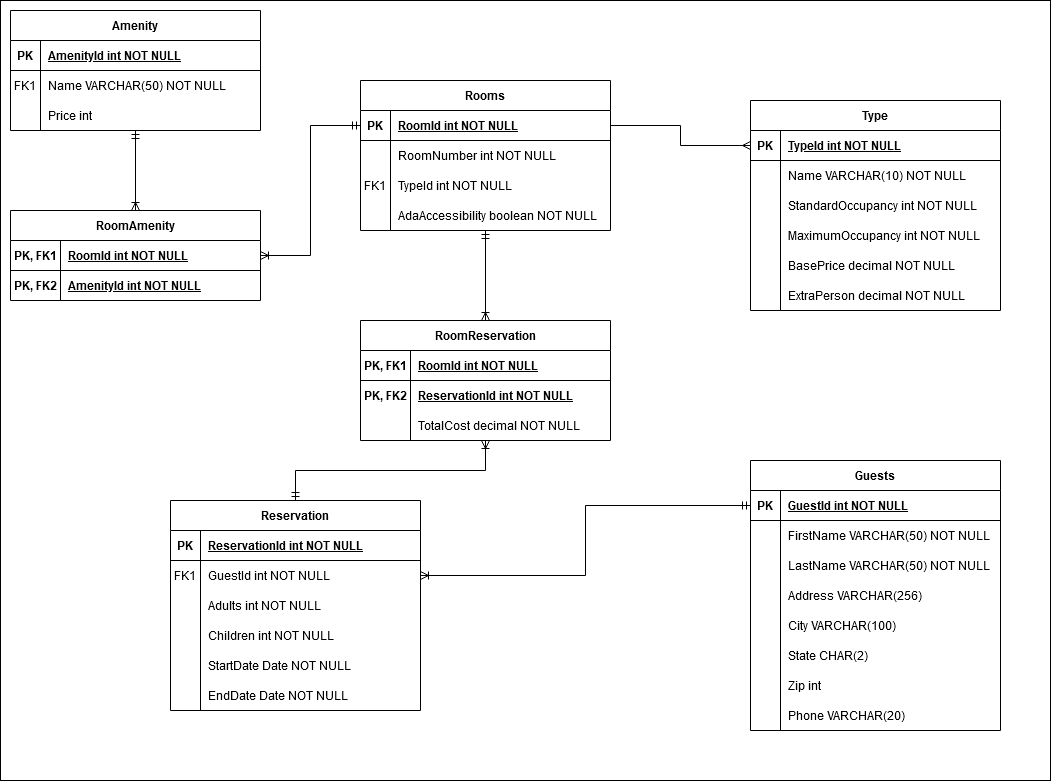
Before: HotelReservation/NacerSebti-HotelERD.png, a diagram exported from draw.io (NacerSebtiMS/Hotel-Reservation). Source tidied: cells renumbered, new cells last; positions are measured from the earlier drawing's top-left corner, leaving out a move shared by most shapes.
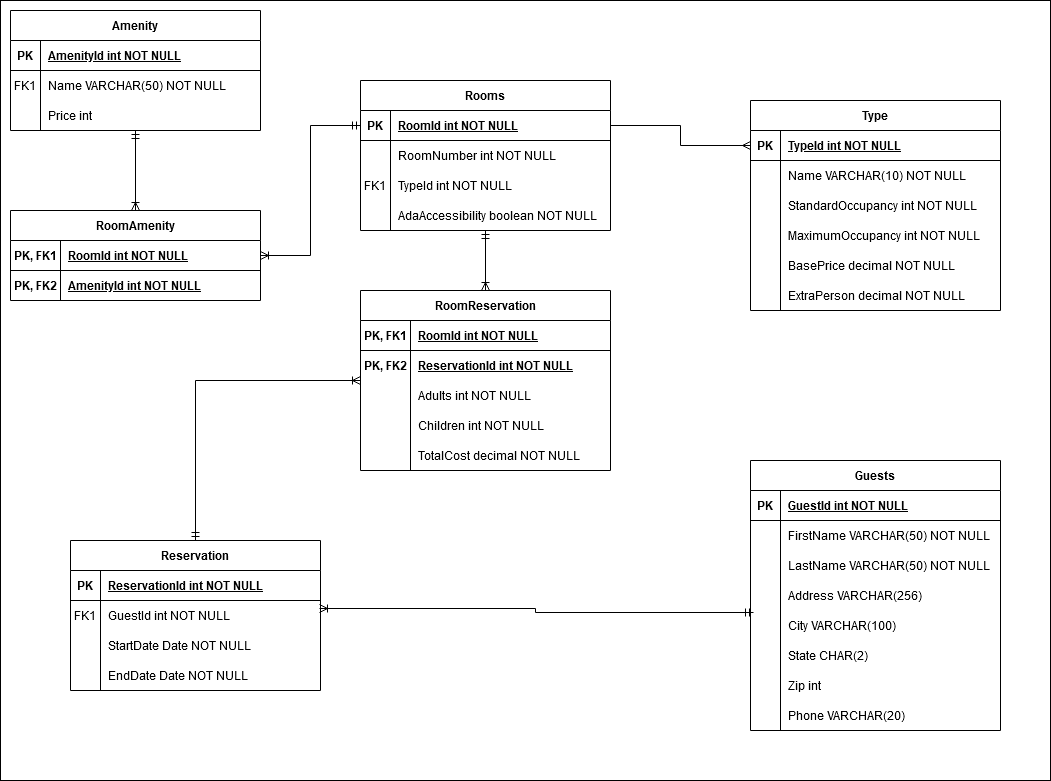
After the change.

Change to the diagram source:
```diff
@@ -239,11 +239,11 @@
     <mxCell id="80" value="Phone VARCHAR(20)" style="shape=partialRectangle;overflow=hidden;fillColor=none;top=0;left=0;bottom=0;right=0;align=left;spacingLeft=6;" parent="78" vertex="1">
       <mxGeometry x="30" width="220" height="30" as="geometry" />
     </mxCell>
-    <mxCell id="81" style="edgeStyle=orthogonalEdgeStyle;rounded=0;jettySize=auto;html=1;entryX=0;entryY=0.5;entryDx=0;entryDy=0;exitX=1;exitY=0.5;exitDx=0;exitDy=0;endArrow=ERmandOne;endFill=0;startArrow=ERoneToMany;startFill=0;" parent="1" edge="1" source="86" target="57">
+    <mxCell id="81" style="edgeStyle=orthogonalEdgeStyle;rounded=0;jettySize=auto;html=1;entryX=0.012;entryY=0.067;entryDx=0;entryDy=0;exitX=0.996;exitY=0.267;exitDx=0;exitDy=0;endArrow=ERmandOne;endFill=0;startArrow=ERoneToMany;startFill=0;entryPerimeter=0;exitPerimeter=0;" parent="1" edge="1" source="86" target="69">
       <mxGeometry relative="1" as="geometry" />
     </mxCell>
     <mxCell id="82" value="Reservation" style="shape=table;startSize=30;rowLines=0;fontStyle=1;align=center;" parent="1" vertex="1">
-      <mxGeometry x="170" y="500" width="250" height="210" as="geometry" />
+      <mxGeometry x="70" y="540" width="250" height="150" as="geometry" />
     </mxCell>
     <mxCell id="83" style="shape=partialRectangle;fillColor=none;top=0;left=0;right=0;bottom=1;" parent="82" vertex="1">
       <mxGeometry y="30" width="250" height="30" as="geometry" />
@@ -263,26 +263,8 @@
     <mxCell id="88" value="GuestId int NOT NULL" style="shape=partialRectangle;overflow=hidden;fillColor=none;top=0;left=0;bottom=0;right=0;align=left;spacingLeft=6;" parent="86" vertex="1">
       <mxGeometry x="30" width="220" height="30" as="geometry" />
     </mxCell>
-    <mxCell id="89" style="shape=partialRectangle;fillColor=none;top=0;left=0;right=0;bottom=0;" parent="82" vertex="1">
-      <mxGeometry y="90" width="250" height="30" as="geometry" />
-    </mxCell>
-    <mxCell id="90" style="shape=partialRectangle;overflow=hidden;fillColor=none;top=0;left=0;bottom=0;right=0;" parent="89" vertex="1">
-      <mxGeometry width="30" height="30" as="geometry" />
-    </mxCell>
-    <mxCell id="91" value="Adults int NOT NULL" style="shape=partialRectangle;overflow=hidden;fillColor=none;top=0;left=0;bottom=0;right=0;align=left;spacingLeft=6;" parent="89" vertex="1">
-      <mxGeometry x="30" width="220" height="30" as="geometry" />
-    </mxCell>
-    <mxCell id="92" style="shape=partialRectangle;fillColor=none;top=0;left=0;right=0;bottom=0;" parent="82" vertex="1">
-      <mxGeometry y="120" width="250" height="30" as="geometry" />
-    </mxCell>
-    <mxCell id="93" style="shape=partialRectangle;overflow=hidden;fillColor=none;top=0;left=0;bottom=0;right=0;" parent="92" vertex="1">
-      <mxGeometry width="30" height="30" as="geometry" />
-    </mxCell>
-    <mxCell id="94" value="Children int NOT NULL" style="shape=partialRectangle;overflow=hidden;fillColor=none;top=0;left=0;bottom=0;right=0;align=left;spacingLeft=6;" parent="92" vertex="1">
-      <mxGeometry x="30" width="220" height="30" as="geometry" />
-    </mxCell>
     <mxCell id="95" style="shape=partialRectangle;fillColor=none;top=0;left=0;right=0;bottom=0;" parent="82" vertex="1">
-      <mxGeometry y="150" width="250" height="30" as="geometry" />
+      <mxGeometry y="90" width="250" height="30" as="geometry" />
     </mxCell>
     <mxCell id="96" style="shape=partialRectangle;overflow=hidden;fillColor=none;top=0;left=0;bottom=0;right=0;" parent="95" vertex="1">
       <mxGeometry width="30" height="30" as="geometry" />
@@ -291,7 +273,7 @@
       <mxGeometry x="30" width="220" height="30" as="geometry" />
     </mxCell>
     <mxCell id="98" style="shape=partialRectangle;fillColor=none;top=0;left=0;right=0;bottom=0;" parent="82" vertex="1">
-      <mxGeometry y="180" width="250" height="30" as="geometry" />
+      <mxGeometry y="120" width="250" height="30" as="geometry" />
     </mxCell>
     <mxCell id="99" style="shape=partialRectangle;overflow=hidden;fillColor=none;top=0;left=0;bottom=0;right=0;" parent="98" vertex="1">
       <mxGeometry width="30" height="30" as="geometry" />
@@ -303,7 +285,7 @@
       <mxGeometry relative="1" as="geometry" />
     </mxCell>
     <mxCell id="102" value="RoomReservation" style="shape=table;startSize=30;rowLines=0;fontStyle=1;align=center;" parent="1" vertex="1">
-      <mxGeometry x="360" y="320" width="250" height="120" as="geometry" />
+      <mxGeometry x="360" y="290" width="250" height="180" as="geometry" />
     </mxCell>
     <mxCell id="103" style="shape=partialRectangle;fillColor=none;top=0;left=0;right=0;bottom=1;" parent="102" vertex="1">
       <mxGeometry y="30" width="250" height="30" as="geometry" />
@@ -329,8 +311,26 @@
     <mxCell id="110" style="shape=partialRectangle;overflow=hidden;fillColor=none;top=0;left=0;bottom=0;right=0;fontStyle=0;" parent="109" vertex="1">
       <mxGeometry width="50" height="30" as="geometry" />
     </mxCell>
-    <mxCell id="111" value="TotalCost decimal NOT NULL" style="shape=partialRectangle;overflow=hidden;fillColor=none;top=0;left=0;bottom=0;right=0;align=left;spacingLeft=6;fontStyle=0;" parent="109" vertex="1">
+    <mxCell id="111" value="Adults int NOT NULL" style="shape=partialRectangle;overflow=hidden;fillColor=none;top=0;left=0;bottom=0;right=0;align=left;spacingLeft=6;fontStyle=0;" parent="109" vertex="1">
       <mxGeometry x="50" width="200" height="30" as="geometry" />
     </mxCell>
+    <mxCell id="92" style="shape=partialRectangle;fillColor=none;top=0;left=0;right=0;bottom=0;" parent="102" vertex="1">
+      <mxGeometry y="120" width="250" height="30" as="geometry" />
+    </mxCell>
+    <mxCell id="112" style="shape=partialRectangle;overflow=hidden;fillColor=none;top=0;left=0;bottom=0;right=0;fontStyle=0;" parent="92" vertex="1">
+      <mxGeometry width="50" height="30" as="geometry" />
+    </mxCell>
+    <mxCell id="94" value="Children int NOT NULL" style="shape=partialRectangle;overflow=hidden;fillColor=none;top=0;left=0;bottom=0;right=0;align=left;spacingLeft=6;fontStyle=0;" parent="92" vertex="1">
+      <mxGeometry x="50" width="200" height="30" as="geometry" />
+    </mxCell>
+    <mxCell id="113" style="shape=partialRectangle;fillColor=none;top=0;left=0;right=0;bottom=0;" parent="102" vertex="1">
+      <mxGeometry y="150" width="250" height="30" as="geometry" />
+    </mxCell>
+    <mxCell id="114" style="shape=partialRectangle;overflow=hidden;fillColor=none;top=0;left=0;bottom=0;right=0;fontStyle=0;" parent="113" vertex="1">
+      <mxGeometry width="50" height="30" as="geometry" />
+    </mxCell>
+    <mxCell id="115" value="TotalCost decimal NOT NULL" style="shape=partialRectangle;overflow=hidden;fillColor=none;top=0;left=0;bottom=0;right=0;align=left;spacingLeft=6;fontStyle=0;" parent="113" vertex="1">
+      <mxGeometry x="50" width="200" height="30" as="geometry" />
+    </mxCell>
   </root>
 </mxGraphModel>
```
